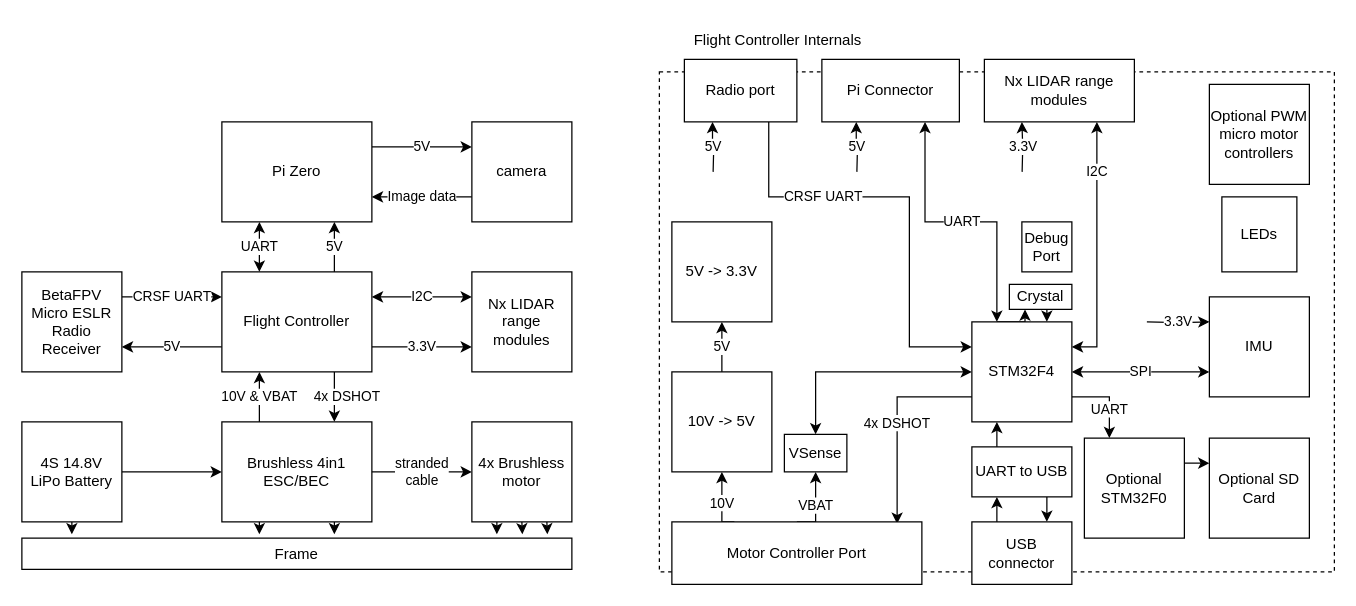
michaellangford99/ECE47700 keeps this draw.io diagram as docs/proposal documents/SystemBlockDiagram.drawio. Above is the earlier version. Source tidied: cells renumbered, new cells numbered last; positions are measured from the earlier drawing's top-left corner, leaving out a move shared by most shapes. Both pictures are drawn from the tidied source at 125%, with x=0, y=0 at pixel (21, 21).
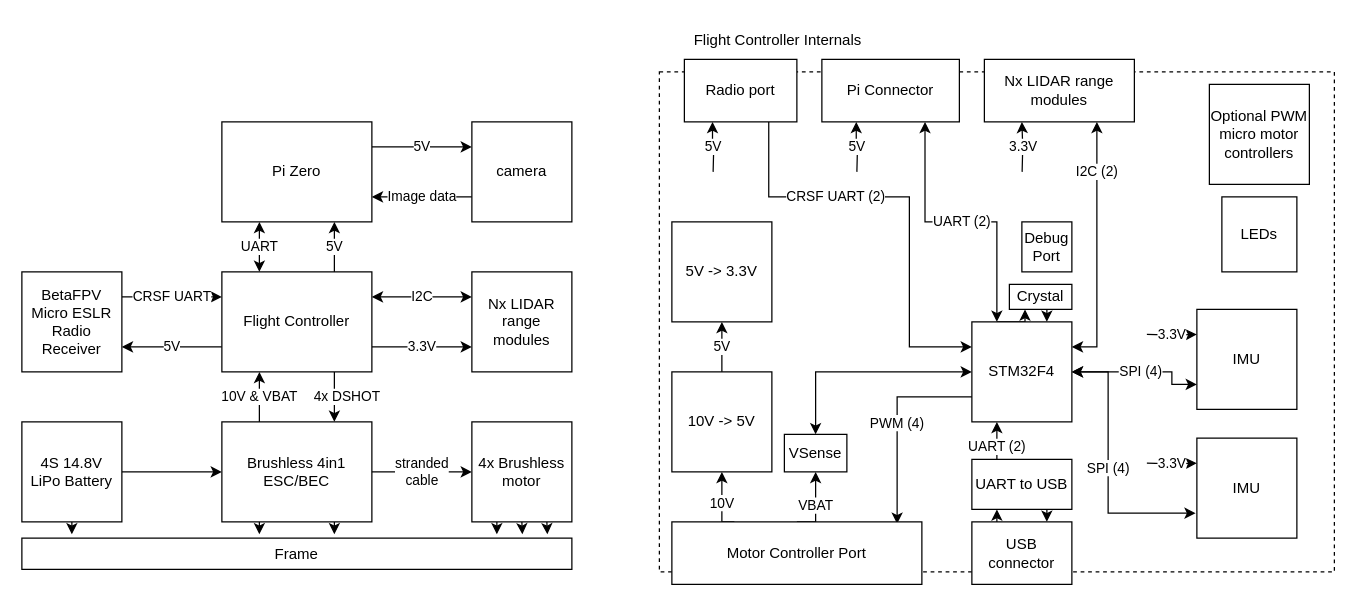
The same page after the edit.

Commit message (it also covers changes not shown here):
updated reqs, block diagram, BOM, added datasheets

Unchanged cells that the change refers to:
```xml
<mxCell id="33" value="STM32F4" style="whiteSpace=wrap;html=1;" parent="1" vertex="1">
  <mxGeometry x="760" y="240" width="80" height="80" as="geometry" />
</mxCell>
<mxCell id="45" value="Motor Controller Port" style="rounded=0;whiteSpace=wrap;html=1;fillColor=default;" parent="1" vertex="1">
  <mxGeometry x="520" y="400" width="200" height="50" as="geometry" />
</mxCell>
<mxCell id="55" value="Radio port" style="rounded=0;whiteSpace=wrap;html=1;fillColor=default;" parent="1" vertex="1">
  <mxGeometry x="530" y="30" width="90" height="50" as="geometry" />
</mxCell>
<mxCell id="58" value="Pi Connector" style="rounded=0;whiteSpace=wrap;html=1;fillColor=default;" parent="1" vertex="1">
  <mxGeometry x="640" y="30" width="110" height="50" as="geometry" />
</mxCell>
<mxCell id="64" value="Nx LIDAR range modules" style="rounded=0;whiteSpace=wrap;html=1;fillColor=default;" parent="1" vertex="1">
  <mxGeometry x="770" y="30" width="120" height="50" as="geometry" />
</mxCell>
```

The edit, as a diff of the source:
```diff
@@
-    <mxCell id="32" value="UART" style="edgeStyle=orthogonalEdgeStyle;rounded=0;jettySize=auto;html=1;exitX=1;exitY=0.75;exitDx=0;exitDy=0;entryX=0.25;entryY=0;entryDx=0;entryDy=0;" parent="1" edge="1" source="33" target="47">
-      <mxGeometry x="0.27" relative="1" as="geometry" />
-    </mxCell>
@@
-    <mxCell id="38" style="edgeStyle=orthogonalEdgeStyle;rounded=0;jettySize=auto;html=1;exitX=0.25;exitY=0;exitDx=0;exitDy=0;entryX=0.25;entryY=1;entryDx=0;entryDy=0;" parent="1" edge="1" source="39" target="33">
-      <mxGeometry relative="1" as="geometry" />
+    <mxCell id="38" value="UART (2)" style="edgeStyle=orthogonalEdgeStyle;rounded=0;jettySize=auto;html=1;exitX=0.25;exitY=0;exitDx=0;exitDy=0;entryX=0.25;entryY=1;entryDx=0;entryDy=0;" parent="1" edge="1" source="39" target="33">
+      <mxGeometry x="-0.33" relative="1" as="geometry" />
     </mxCell>
     <mxCell id="39" value="UART to USB" style="rounded=0;whiteSpace=wrap;html=1;fillColor=default;" parent="1" vertex="1">
-      <mxGeometry x="760" y="340" width="80" height="40" as="geometry" />
+      <mxGeometry x="760" y="350" width="80" height="40" as="geometry" />
     </mxCell>
@@
-    <mxCell id="42" value="4x DSHOT" style="edgeStyle=orthogonalEdgeStyle;rounded=0;jettySize=auto;html=1;exitX=0;exitY=0.75;exitDx=0;exitDy=0;entryX=0.901;entryY=0.03;entryDx=0;entryDy=0;entryPerimeter=0;" parent="1" edge="1" source="33" target="45">
+    <mxCell id="42" value="PWM (4)" style="edgeStyle=orthogonalEdgeStyle;rounded=0;jettySize=auto;html=1;exitX=0;exitY=0.75;exitDx=0;exitDy=0;entryX=0.901;entryY=0.03;entryDx=0;entryDy=0;entryPerimeter=0;" parent="1" edge="1" source="33" target="45">
       <mxGeometry relative="1" as="geometry">
         <Array as="points">
           <mxPoint x="700" y="300" />
         </Array>
       </mxGeometry>
     </mxCell>
@@
-    <mxCell id="46" style="edgeStyle=orthogonalEdgeStyle;rounded=0;jettySize=auto;html=1;exitX=1;exitY=0.25;exitDx=0;exitDy=0;entryX=0;entryY=0.25;entryDx=0;entryDy=0;" parent="1" edge="1" source="47" target="48">
-      <mxGeometry relative="1" as="geometry" />
-    </mxCell>
-    <mxCell id="47" value="Optional STM32F0" style="whiteSpace=wrap;html=1;fillColor=default;" parent="1" vertex="1">
-      <mxGeometry x="850" y="333" width="80" height="80" as="geometry" />
-    </mxCell>
-    <mxCell id="48" value="Optional SD Card" style="whiteSpace=wrap;html=1;fillColor=default;" parent="1" vertex="1">
-      <mxGeometry x="950" y="333" width="80" height="80" as="geometry" />
-    </mxCell>
@@
-    <mxCell id="54" value="CRSF UART" style="edgeStyle=orthogonalEdgeStyle;rounded=0;jettySize=auto;html=1;exitX=0.75;exitY=1;exitDx=0;exitDy=0;entryX=0;entryY=0.25;entryDx=0;entryDy=0;" parent="1" edge="1" source="55" target="33">
-      <mxGeometry x="-0.4" relative="1" as="geometry">
+    <mxCell id="54" value="CRSF UART (2)" style="edgeStyle=orthogonalEdgeStyle;rounded=0;jettySize=auto;html=1;exitX=0.75;exitY=1;exitDx=0;exitDy=0;entryX=0;entryY=0.25;entryDx=0;entryDy=0;" parent="1" edge="1" source="55" target="33">
+      <mxGeometry x="-0.34" relative="1" as="geometry">
         <Array as="points">
           <mxPoint x="598" y="140" />
           <mxPoint x="710" y="140" />
           <mxPoint x="710" y="260" />
         </Array>
       </mxGeometry>
     </mxCell>
@@
-    <mxCell id="57" value="UART" style="edgeStyle=orthogonalEdgeStyle;rounded=0;jettySize=auto;html=1;exitX=0.75;exitY=1;exitDx=0;exitDy=0;startArrow=classic;startFill=1;entryX=0.25;entryY=0;entryDx=0;entryDy=0;" parent="1" edge="1" source="58" target="33">
+    <mxCell id="57" value="UART (2)" style="edgeStyle=orthogonalEdgeStyle;rounded=0;jettySize=auto;html=1;exitX=0.75;exitY=1;exitDx=0;exitDy=0;startArrow=classic;startFill=1;entryX=0.25;entryY=0;entryDx=0;entryDy=0;" parent="1" edge="1" source="58" target="33">
       <mxGeometry relative="1" as="geometry" />
     </mxCell>
@@
     <mxCell id="59" value="3.3V" style="edgeStyle=orthogonalEdgeStyle;rounded=0;jettySize=auto;html=1;startArrow=none;startFill=0;entryX=0;entryY=0.25;entryDx=0;entryDy=0;" parent="1" edge="1" target="61">
       <mxGeometry relative="1" as="geometry">
-        <mxPoint x="900" y="240" as="sourcePoint" />
+        <mxPoint x="900" y="353" as="sourcePoint" />
       </mxGeometry>
     </mxCell>
-    <mxCell id="60" value="SPI" style="edgeStyle=orthogonalEdgeStyle;rounded=0;jettySize=auto;html=1;exitX=0;exitY=0.75;exitDx=0;exitDy=0;startArrow=classic;startFill=1;entryX=1;entryY=0.5;entryDx=0;entryDy=0;" parent="1" edge="1" source="61" target="33">
-      <mxGeometry relative="1" as="geometry" />
+    <mxCell id="60" value="SPI (4)" style="edgeStyle=orthogonalEdgeStyle;rounded=0;jettySize=auto;html=1;exitX=0;exitY=0.75;exitDx=0;exitDy=0;startArrow=classic;startFill=1;entryX=1;entryY=0.5;entryDx=0;entryDy=0;" parent="1" edge="1" target="33">
+      <mxGeometry relative="1" as="geometry">
+        <mxPoint x="939" y="393" as="sourcePoint" />
+        <Array as="points">
+          <mxPoint x="869" y="393" />
+          <mxPoint x="869" y="280" />
+        </Array>
+      </mxGeometry>
     </mxCell>
     <mxCell id="61" value="IMU" style="whiteSpace=wrap;html=1;fillColor=default;" parent="1" vertex="1">
-      <mxGeometry x="950" y="220" width="80" height="80" as="geometry" />
+      <mxGeometry x="940" y="333" width="80" height="80" as="geometry" />
     </mxCell>
-    <mxCell id="62" value="I2C" style="edgeStyle=orthogonalEdgeStyle;rounded=0;jettySize=auto;html=1;exitX=0.75;exitY=1;exitDx=0;exitDy=0;entryX=1;entryY=0.25;entryDx=0;entryDy=0;startArrow=classic;startFill=1;" parent="1" edge="1" source="64" target="33">
+    <mxCell id="62" value="I2C (2)" style="edgeStyle=orthogonalEdgeStyle;rounded=0;jettySize=auto;html=1;exitX=0.75;exitY=1;exitDx=0;exitDy=0;entryX=1;entryY=0.25;entryDx=0;entryDy=0;startArrow=classic;startFill=1;" parent="1" edge="1" source="64" target="33">
       <mxGeometry x="-0.6" relative="1" as="geometry" />
     </mxCell>
@@
+    <mxCell id="68" value="IMU" style="whiteSpace=wrap;html=1;fillColor=default;" parent="1" vertex="1">
+      <mxGeometry x="940" y="230" width="80" height="80" as="geometry" />
+    </mxCell>
+    <mxCell id="69" value="SPI (4)" style="edgeStyle=orthogonalEdgeStyle;rounded=0;jettySize=auto;html=1;exitX=0;exitY=0.75;exitDx=0;exitDy=0;startArrow=classic;startFill=1;entryX=1;entryY=0.5;entryDx=0;entryDy=0;" parent="1" edge="1" source="68" target="33">
+      <mxGeometry relative="1" as="geometry">
+        <Array as="points">
+          <mxPoint x="920" y="290" />
+          <mxPoint x="920" y="280" />
+        </Array>
+      </mxGeometry>
+    </mxCell>
+    <mxCell id="70" value="3.3V" style="edgeStyle=orthogonalEdgeStyle;rounded=0;jettySize=auto;html=1;startArrow=none;startFill=0;entryX=0;entryY=0.25;entryDx=0;entryDy=0;" parent="1" edge="1" target="68">
+      <mxGeometry relative="1" as="geometry">
+        <mxPoint x="900" y="250" as="sourcePoint" />
+      </mxGeometry>
+    </mxCell>
```
